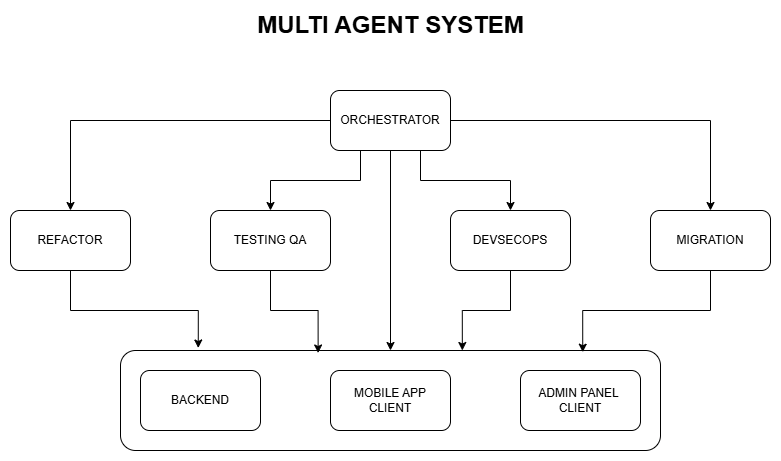
Above: Multi Agent System.png in dani-8a/dani-8a (draw.io), before the change. Source tidied: cells renumbered, new cells last; positions are measured from the earlier drawing's top-left corner, leaving out a move shared by most shapes. Source of this version:
```xml
<mxGraphModel>
  <root>
    <mxCell id="0" />
    <mxCell id="1" parent="0" />
    <mxCell id="2" style="rounded=1;whiteSpace=wrap;html=1;" parent="1" vertex="1">
      <mxGeometry x="110" y="340" width="540" height="100" as="geometry" />
    </mxCell>
    <mxCell id="3" style="edgeStyle=orthogonalEdgeStyle;rounded=0;jettySize=auto;html=1;entryX=0.5;entryY=0;entryDx=0;entryDy=0;" parent="1" edge="1" source="8" target="2">
      <mxGeometry relative="1" as="geometry" />
    </mxCell>
    <mxCell id="4" style="edgeStyle=orthogonalEdgeStyle;rounded=0;jettySize=auto;html=1;exitX=0.25;exitY=1;exitDx=0;exitDy=0;" parent="1" edge="1" source="8" target="12">
      <mxGeometry relative="1" as="geometry" />
    </mxCell>
    <mxCell id="5" style="edgeStyle=orthogonalEdgeStyle;rounded=0;jettySize=auto;html=1;exitX=0.75;exitY=1;exitDx=0;exitDy=0;entryX=0.5;entryY=0;entryDx=0;entryDy=0;" parent="1" edge="1" source="8" target="13">
      <mxGeometry relative="1" as="geometry" />
    </mxCell>
    <mxCell id="6" style="edgeStyle=orthogonalEdgeStyle;rounded=0;jettySize=auto;html=1;" parent="1" edge="1" source="8" target="17">
      <mxGeometry relative="1" as="geometry" />
    </mxCell>
    <mxCell id="7" style="edgeStyle=orthogonalEdgeStyle;rounded=0;jettySize=auto;html=1;" parent="1" edge="1" source="8" target="16">
      <mxGeometry relative="1" as="geometry">
        <Array as="points">
          <mxPoint x="700" y="110" />
        </Array>
      </mxGeometry>
    </mxCell>
    <mxCell id="8" value="ORCHESTRATOR" style="rounded=1;whiteSpace=wrap;html=1;" parent="1" vertex="1">
      <mxGeometry x="320" y="80" width="120" height="60" as="geometry" />
    </mxCell>
    <mxCell id="9" value="BACKEND" style="rounded=1;whiteSpace=wrap;html=1;" parent="1" vertex="1">
      <mxGeometry x="130" y="360" width="120" height="60" as="geometry" />
    </mxCell>
    <mxCell id="10" value="MOBILE APP&lt;div&gt;CLIENT&lt;/div&gt;" style="rounded=1;whiteSpace=wrap;html=1;" parent="1" vertex="1">
      <mxGeometry x="320" y="360" width="120" height="60" as="geometry" />
    </mxCell>
    <mxCell id="11" value="ADMIN PANEL&amp;nbsp;&lt;div&gt;CLIENT&lt;/div&gt;" style="rounded=1;whiteSpace=wrap;html=1;" parent="1" vertex="1">
      <mxGeometry x="510" y="360" width="120" height="60" as="geometry" />
    </mxCell>
    <mxCell id="12" value="TESTING QA" style="rounded=1;whiteSpace=wrap;html=1;" parent="1" vertex="1">
      <mxGeometry x="200" y="200" width="120" height="60" as="geometry" />
    </mxCell>
    <mxCell id="13" value="DEVSECOPS" style="rounded=1;whiteSpace=wrap;html=1;" parent="1" vertex="1">
      <mxGeometry x="440" y="200" width="120" height="60" as="geometry" />
    </mxCell>
    <mxCell id="14" style="edgeStyle=orthogonalEdgeStyle;rounded=0;jettySize=auto;html=1;entryX=0.366;entryY=0.025;entryDx=0;entryDy=0;entryPerimeter=0;" parent="1" edge="1" source="12" target="2">
      <mxGeometry relative="1" as="geometry" />
    </mxCell>
    <mxCell id="15" style="edgeStyle=orthogonalEdgeStyle;rounded=0;jettySize=auto;html=1;entryX=0.633;entryY=0;entryDx=0;entryDy=0;entryPerimeter=0;" parent="1" edge="1" source="13" target="2">
      <mxGeometry relative="1" as="geometry" />
    </mxCell>
    <mxCell id="16" value="MIGRATION" style="rounded=1;whiteSpace=wrap;html=1;" parent="1" vertex="1">
      <mxGeometry x="640" y="200" width="120" height="60" as="geometry" />
    </mxCell>
    <mxCell id="17" value="REFACTOR" style="rounded=1;whiteSpace=wrap;html=1;" parent="1" vertex="1">
      <mxGeometry y="200" width="120" height="60" as="geometry" />
    </mxCell>
    <mxCell id="18" style="edgeStyle=orthogonalEdgeStyle;rounded=0;jettySize=auto;html=1;exitX=0.5;exitY=1;exitDx=0;exitDy=0;entryX=0.856;entryY=0.017;entryDx=0;entryDy=0;entryPerimeter=0;" parent="1" edge="1" source="16" target="2">
      <mxGeometry relative="1" as="geometry" />
    </mxCell>
    <mxCell id="19" style="edgeStyle=orthogonalEdgeStyle;rounded=0;jettySize=auto;html=1;entryX=0.144;entryY=-0.025;entryDx=0;entryDy=0;entryPerimeter=0;" parent="1" edge="1" source="17" target="2">
      <mxGeometry relative="1" as="geometry" />
    </mxCell>
    <mxCell id="20" value="&lt;font style=&quot;font-size: 24px;&quot;&gt;&lt;b style=&quot;&quot;&gt;MULTI AGENT SYSTEM&lt;/b&gt;&lt;/font&gt;" style="text;html=1;whiteSpace=wrap;strokeColor=none;fillColor=none;align=center;verticalAlign=middle;rounded=0;" parent="1" vertex="1">
      <mxGeometry x="232.5" width="295" height="30" as="geometry" />
    </mxCell>
  </root>
</mxGraphModel>
```
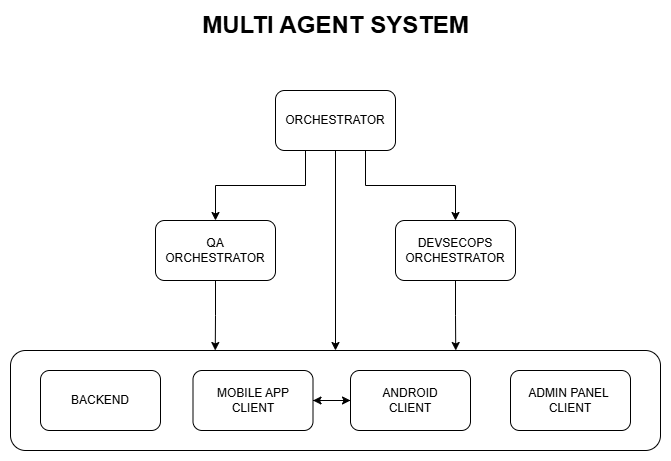
Above is the later version.

Commit message:
Multi Agent System updated

What changed in the source:
```diff
@@ -3,65 +3,59 @@
     <mxCell id="0" />
     <mxCell id="1" parent="0" />
     <mxCell id="2" style="rounded=1;whiteSpace=wrap;html=1;" parent="1" vertex="1">
-      <mxGeometry x="110" y="340" width="540" height="100" as="geometry" />
+      <mxGeometry x="55" y="340" width="650" height="100" as="geometry" />
     </mxCell>
-    <mxCell id="3" style="edgeStyle=orthogonalEdgeStyle;rounded=0;jettySize=auto;html=1;entryX=0.5;entryY=0;entryDx=0;entryDy=0;" parent="1" edge="1" source="8" target="2">
-      <mxGeometry relative="1" as="geometry" />
-    </mxCell>
     <mxCell id="4" style="edgeStyle=orthogonalEdgeStyle;rounded=0;jettySize=auto;html=1;exitX=0.25;exitY=1;exitDx=0;exitDy=0;" parent="1" edge="1" source="8" target="12">
       <mxGeometry relative="1" as="geometry" />
     </mxCell>
     <mxCell id="5" style="edgeStyle=orthogonalEdgeStyle;rounded=0;jettySize=auto;html=1;exitX=0.75;exitY=1;exitDx=0;exitDy=0;entryX=0.5;entryY=0;entryDx=0;entryDy=0;" parent="1" edge="1" source="8" target="13">
       <mxGeometry relative="1" as="geometry" />
     </mxCell>
-    <mxCell id="6" style="edgeStyle=orthogonalEdgeStyle;rounded=0;jettySize=auto;html=1;" parent="1" edge="1" source="8" target="17">
-      <mxGeometry relative="1" as="geometry" />
-    </mxCell>
-    <mxCell id="7" style="edgeStyle=orthogonalEdgeStyle;rounded=0;jettySize=auto;html=1;" parent="1" edge="1" source="8" target="16">
-      <mxGeometry relative="1" as="geometry">
-        <Array as="points">
-          <mxPoint x="700" y="110" />
-        </Array>
-      </mxGeometry>
-    </mxCell>
+    <mxCell id="3" style="edgeStyle=orthogonalEdgeStyle;rounded=0;jettySize=auto;html=1;entryX=0.5;entryY=0;entryDx=0;entryDy=0;" parent="1" edge="1" source="8" target="2">
+      <mxGeometry relative="1" as="geometry" />
+    </mxCell>
     <mxCell id="8" value="ORCHESTRATOR" style="rounded=1;whiteSpace=wrap;html=1;" parent="1" vertex="1">
       <mxGeometry x="320" y="80" width="120" height="60" as="geometry" />
     </mxCell>
     <mxCell id="9" value="BACKEND" style="rounded=1;whiteSpace=wrap;html=1;" parent="1" vertex="1">
-      <mxGeometry x="130" y="360" width="120" height="60" as="geometry" />
+      <mxGeometry x="85" y="360" width="120" height="60" as="geometry" />
     </mxCell>
+    <mxCell id="21" style="edgeStyle=orthogonalEdgeStyle;rounded=0;jettySize=auto;html=1;" parent="1" edge="1" source="10">
+      <mxGeometry relative="1" as="geometry">
+        <mxPoint x="415" y="390" as="targetPoint" />
+      </mxGeometry>
+    </mxCell>
+    <mxCell id="22" style="edgeStyle=orthogonalEdgeStyle;rounded=0;jettySize=auto;html=1;entryX=0;entryY=0.5;entryDx=0;entryDy=0;" parent="1" edge="1" source="10" target="24">
+      <mxGeometry relative="1" as="geometry" />
+    </mxCell>
     <mxCell id="10" value="MOBILE APP&lt;div&gt;CLIENT&lt;/div&gt;" style="rounded=1;whiteSpace=wrap;html=1;" parent="1" vertex="1">
-      <mxGeometry x="320" y="360" width="120" height="60" as="geometry" />
+      <mxGeometry x="237.5" y="360" width="120" height="60" as="geometry" />
     </mxCell>
     <mxCell id="11" value="ADMIN PANEL&amp;nbsp;&lt;div&gt;CLIENT&lt;/div&gt;" style="rounded=1;whiteSpace=wrap;html=1;" parent="1" vertex="1">
-      <mxGeometry x="510" y="360" width="120" height="60" as="geometry" />
+      <mxGeometry x="555" y="360" width="120" height="60" as="geometry" />
     </mxCell>
-    <mxCell id="12" value="TESTING QA" style="rounded=1;whiteSpace=wrap;html=1;" parent="1" vertex="1">
-      <mxGeometry x="200" y="200" width="120" height="60" as="geometry" />
+    <mxCell id="12" value="QA ORCHESTRATOR" style="rounded=1;whiteSpace=wrap;html=1;" parent="1" vertex="1">
+      <mxGeometry x="200" y="210" width="120" height="60" as="geometry" />
     </mxCell>
-    <mxCell id="13" value="DEVSECOPS" style="rounded=1;whiteSpace=wrap;html=1;" parent="1" vertex="1">
-      <mxGeometry x="440" y="200" width="120" height="60" as="geometry" />
+    <mxCell id="13" value="DEVSECOPS ORCHESTRATOR" style="rounded=1;whiteSpace=wrap;html=1;" parent="1" vertex="1">
+      <mxGeometry x="440" y="210" width="120" height="60" as="geometry" />
     </mxCell>
+    <mxCell id="20" value="&lt;font style=&quot;font-size: 24px;&quot;&gt;&lt;b style=&quot;&quot;&gt;MULTI AGENT SYSTEM&lt;/b&gt;&lt;/font&gt;" style="text;html=1;whiteSpace=wrap;strokeColor=none;fillColor=none;align=center;verticalAlign=middle;rounded=0;" parent="1" vertex="1">
+      <mxGeometry x="232.5" width="295" height="30" as="geometry" />
+    </mxCell>
+    <mxCell id="23" style="edgeStyle=orthogonalEdgeStyle;rounded=0;jettySize=auto;html=1;" parent="1" edge="1" target="10">
+      <mxGeometry relative="1" as="geometry">
+        <mxPoint x="405" y="390" as="sourcePoint" />
+      </mxGeometry>
+    </mxCell>
+    <mxCell id="24" value="ANDROID&lt;br&gt;&lt;div&gt;CLIENT&lt;/div&gt;" style="rounded=1;whiteSpace=wrap;html=1;" parent="1" vertex="1">
+      <mxGeometry x="395" y="360" width="120" height="60" as="geometry" />
+    </mxCell>
-    <mxCell id="14" style="edgeStyle=orthogonalEdgeStyle;rounded=0;jettySize=auto;html=1;entryX=0.366;entryY=0.025;entryDx=0;entryDy=0;entryPerimeter=0;" parent="1" edge="1" source="12" target="2">
+    <mxCell id="14" style="edgeStyle=orthogonalEdgeStyle;rounded=0;jettySize=auto;html=1;entryX=0.315;entryY=0;entryDx=0;entryDy=0;entryPerimeter=0;" parent="1" edge="1" source="12" target="2">
       <mxGeometry relative="1" as="geometry" />
     </mxCell>
-    <mxCell id="15" style="edgeStyle=orthogonalEdgeStyle;rounded=0;jettySize=auto;html=1;entryX=0.633;entryY=0;entryDx=0;entryDy=0;entryPerimeter=0;" parent="1" edge="1" source="13" target="2">
+    <mxCell id="15" style="edgeStyle=orthogonalEdgeStyle;rounded=0;jettySize=auto;html=1;entryX=0.685;entryY=0;entryDx=0;entryDy=0;entryPerimeter=0;" parent="1" edge="1" source="13" target="2">
       <mxGeometry relative="1" as="geometry" />
     </mxCell>
-    <mxCell id="16" value="MIGRATION" style="rounded=1;whiteSpace=wrap;html=1;" parent="1" vertex="1">
-      <mxGeometry x="640" y="200" width="120" height="60" as="geometry" />
-    </mxCell>
-    <mxCell id="17" value="REFACTOR" style="rounded=1;whiteSpace=wrap;html=1;" parent="1" vertex="1">
-      <mxGeometry y="200" width="120" height="60" as="geometry" />
-    </mxCell>
-    <mxCell id="18" style="edgeStyle=orthogonalEdgeStyle;rounded=0;jettySize=auto;html=1;exitX=0.5;exitY=1;exitDx=0;exitDy=0;entryX=0.856;entryY=0.017;entryDx=0;entryDy=0;entryPerimeter=0;" parent="1" edge="1" source="16" target="2">
-      <mxGeometry relative="1" as="geometry" />
-    </mxCell>
-    <mxCell id="19" style="edgeStyle=orthogonalEdgeStyle;rounded=0;jettySize=auto;html=1;entryX=0.144;entryY=-0.025;entryDx=0;entryDy=0;entryPerimeter=0;" parent="1" edge="1" source="17" target="2">
-      <mxGeometry relative="1" as="geometry" />
-    </mxCell>
-    <mxCell id="20" value="&lt;font style=&quot;font-size: 24px;&quot;&gt;&lt;b style=&quot;&quot;&gt;MULTI AGENT SYSTEM&lt;/b&gt;&lt;/font&gt;" style="text;html=1;whiteSpace=wrap;strokeColor=none;fillColor=none;align=center;verticalAlign=middle;rounded=0;" parent="1" vertex="1">
-      <mxGeometry x="232.5" width="295" height="30" as="geometry" />
-    </mxCell>
   </root>
 </mxGraphModel>
```
